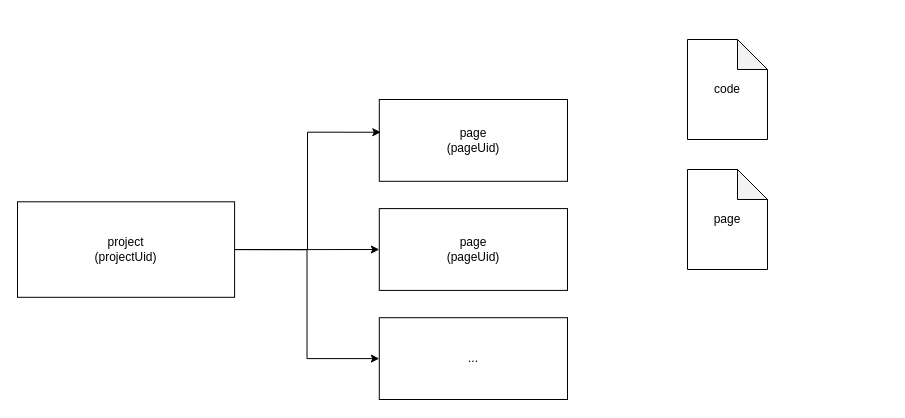
Above: lego.drawio in axtrur/resource (draw.io), before the change. Source tidied: cells renumbered, new cells numbered last; positions are measured from the earlier drawing's top-left corner, leaving out a move shared by most shapes. Both pictures are drawn from the tidied source at 100%, with x=0, y=0 at pixel (17, 39).
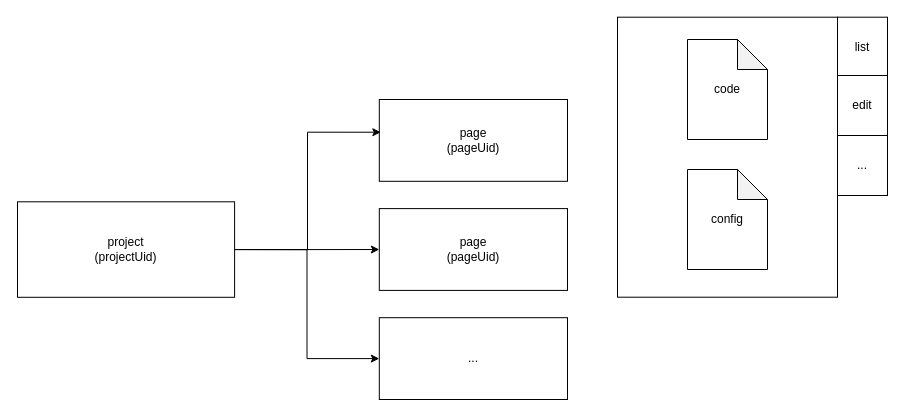
The same diagram, later.

Diff of the diagram source:
```diff
@@
 <mxGraphModel>
   <root>
     <mxCell id="0" />
     <mxCell id="1" parent="0" />
+    <mxCell id="11" style="rounded=0;whiteSpace=wrap;html=1;" parent="1" vertex="1">
+      <mxGeometry x="600" y="-22.3" width="220" height="280" as="geometry" />
+    </mxCell>
     <mxCell id="2" value="code" style="shape=note;whiteSpace=wrap;html=1;backgroundOutline=1;darkOpacity=0.05;" parent="1" vertex="1">
       <mxGeometry x="670" width="80" height="100" as="geometry" />
     </mxCell>
-    <mxCell id="3" value="page" style="shape=note;whiteSpace=wrap;html=1;backgroundOutline=1;darkOpacity=0.05;" parent="1" vertex="1">
+    <mxCell id="3" value="config" style="shape=note;whiteSpace=wrap;html=1;backgroundOutline=1;darkOpacity=0.05;" parent="1" vertex="1">
       <mxGeometry x="670" y="130" width="80" height="100" as="geometry" />
     </mxCell>
     <mxCell id="4" value="project&lt;br&gt;(projectUid)" style="rounded=0;whiteSpace=wrap;html=1;" parent="1" vertex="1">
       <mxGeometry y="162.3" width="217.1" height="95.5" as="geometry" />
     </mxCell>
     <mxCell id="5" value="page&lt;br&gt;(pageUid)" style="rounded=0;whiteSpace=wrap;html=1;" parent="1" vertex="1">
       <mxGeometry x="361.8" y="60" width="188.2" height="81.8" as="geometry" />
     </mxCell>
     <mxCell id="6" style="edgeStyle=orthogonalEdgeStyle;rounded=0;jettySize=auto;html=1;exitX=1;exitY=0.5;exitDx=0;exitDy=0;entryX=0.008;entryY=0.4;entryDx=0;entryDy=0;entryPerimeter=0;" parent="1" edge="1" source="4" target="5">
       <mxGeometry x="20" y="180" as="geometry">
         <Array as="points">
           <mxPoint x="290" y="210" />
           <mxPoint x="290" y="93" />
         </Array>
       </mxGeometry>
     </mxCell>
     <mxCell id="7" value="page&lt;br&gt;(pageUid)" style="rounded=0;whiteSpace=wrap;html=1;" parent="1" vertex="1">
       <mxGeometry x="361.8" y="169.1" width="188.2" height="81.8" as="geometry" />
     </mxCell>
     <mxCell id="8" style="edgeStyle=orthogonalEdgeStyle;rounded=0;jettySize=auto;html=1;exitX=1;exitY=0.5;exitDx=0;exitDy=0;" parent="1" edge="1" source="4" target="7">
       <mxGeometry x="20" y="180" as="geometry" />
     </mxCell>
     <mxCell id="9" value="..." style="rounded=0;whiteSpace=wrap;html=1;" parent="1" vertex="1">
       <mxGeometry x="361.8" y="278.2" width="188.2" height="81.8" as="geometry" />
     </mxCell>
     <mxCell id="10" style="edgeStyle=orthogonalEdgeStyle;rounded=0;jettySize=auto;html=1;exitX=1;exitY=0.5;exitDx=0;exitDy=0;entryX=0;entryY=0.5;entryDx=0;entryDy=0;" parent="1" edge="1" source="4" target="9">
       <mxGeometry x="20" y="180" as="geometry" />
     </mxCell>
+    <mxCell id="12" value="list" style="rounded=0;whiteSpace=wrap;html=1;" parent="1" vertex="1">
+      <mxGeometry x="820" y="-22.3" width="50" height="60" as="geometry" />
+    </mxCell>
+    <mxCell id="13" value="edit" style="rounded=0;whiteSpace=wrap;html=1;" parent="1" vertex="1">
+      <mxGeometry x="820" y="36" width="50" height="60" as="geometry" />
+    </mxCell>
+    <mxCell id="14" value="..." style="rounded=0;whiteSpace=wrap;html=1;" parent="1" vertex="1">
+      <mxGeometry x="820" y="96" width="50" height="60" as="geometry" />
+    </mxCell>
   </root>
 </mxGraphModel>
```
